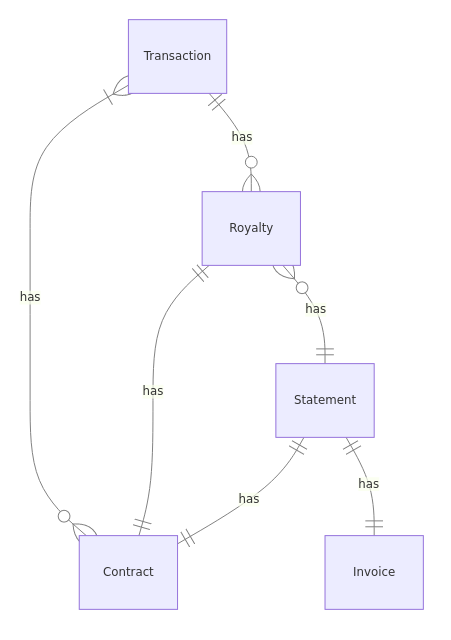
Earlier version of the Mermaid export qna/basic-er.png (milespossing/possing-tech-blog). Its source is kept beside it as qna/basic-er.mmd.
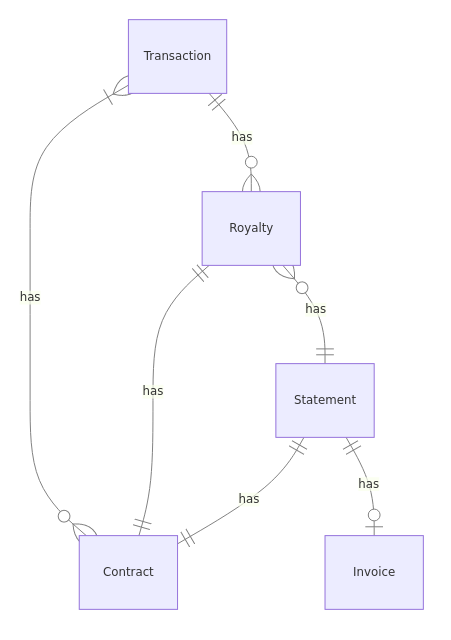
Above is the later version.

What changed in the source:
```diff
@@ -9,4 +9,4 @@
     R ||--|| C : "has"
     R }o--|| S : "has"
     S ||--|| C : "has"
-    S ||--|| I : "has"
+    S ||--o| I : "has"
```
